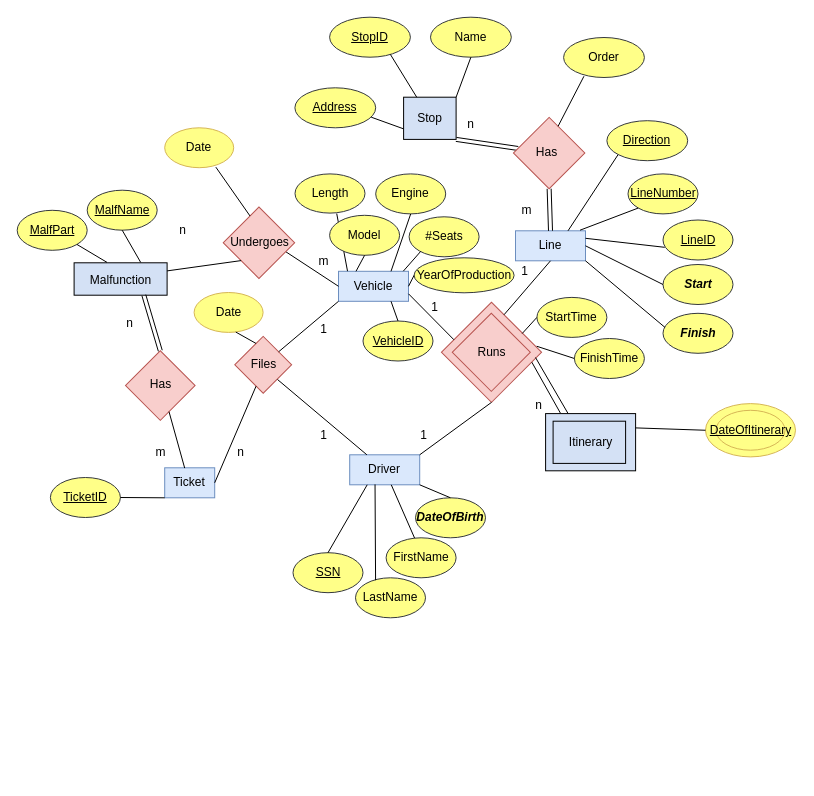
Before: Untitled Diagram.drawio in kotsos2000/kotsos2000, a draw.io diagram. Source tidied: cells renumbered, new cells numbered last; positions are measured from the earlier drawing's top-left corner, leaving out a move shared by most shapes. Both pictures are drawn from the tidied source at 100%, with x=0, y=0 at pixel (17, 17).
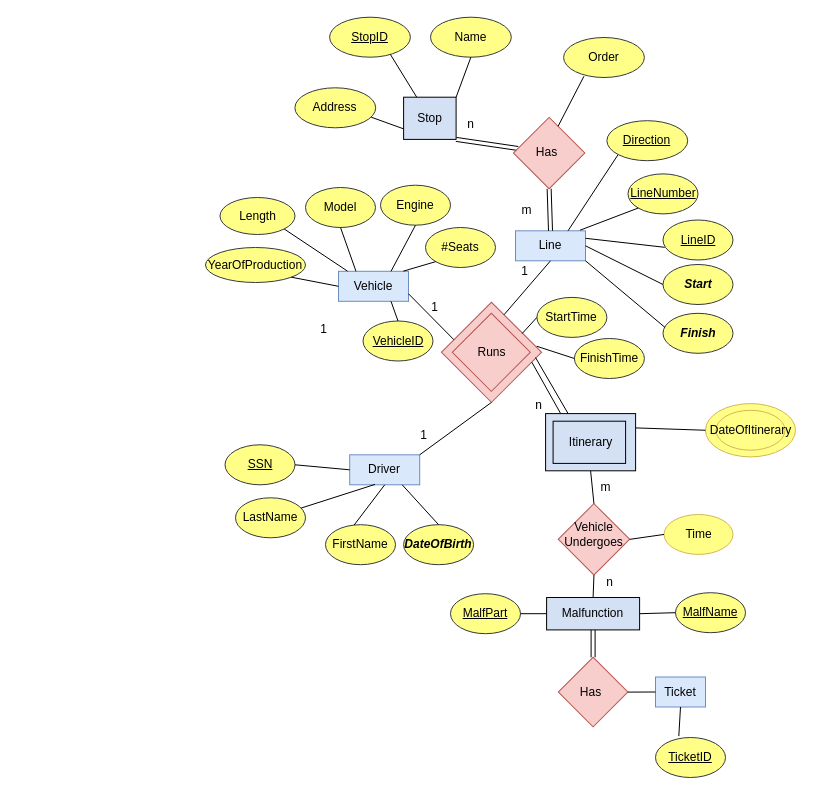
The same diagram, later.

The change refers to these unchanged cells:
```xml
<mxCell id="4" style="rounded=0;whiteSpace=wrap;html=1;fillColor=#D4E1F5;" parent="1" vertex="1">
  <mxGeometry x="528.1" y="396.1" width="90" height="57.2" as="geometry" />
</mxCell>
<mxCell id="5" value="&lt;div&gt;Vehicle&lt;/div&gt;" style="rounded=0;whiteSpace=wrap;html=1;fillColor=#dae8fc;strokeColor=#6c8ebf;" parent="1" vertex="1">
  <mxGeometry x="321" y="253.8" width="70" height="30" as="geometry" />
</mxCell>
<mxCell id="6" value="&lt;div&gt;Driver&lt;/div&gt;" style="rounded=0;whiteSpace=wrap;html=1;fillColor=#dae8fc;strokeColor=#6c8ebf;" parent="1" vertex="1">
  <mxGeometry x="332.2" y="437.3" width="70" height="30" as="geometry" />
</mxCell>
```

What changed in the source:
```diff
@@
-    <mxCell id="3" style="whiteSpace=wrap;html=1;fillColor=#f8cecc;rotation=45;strokeColor=#b85450;" parent="1" vertex="1">
-      <mxGeometry x="225.6" y="327.2" width="40.2" height="40.2" as="geometry" />
-    </mxCell>
@@
     <mxCell id="8" value="&lt;div&gt;Ticket&lt;/div&gt;" style="rounded=0;whiteSpace=wrap;html=1;fillColor=#dae8fc;strokeColor=#6c8ebf;" parent="1" vertex="1">
-      <mxGeometry x="147.2" y="450.3" width="50" height="30" as="geometry" />
+      <mxGeometry x="638" y="659.5" width="50" height="30" as="geometry" />
     </mxCell>
@@
-    <mxCell id="10" style="endArrow=none;html=1;rounded=0;exitX=0;exitY=0.5;exitDx=0;exitDy=0;entryX=1;entryY=0.25;entryDx=0;entryDy=0;" parent="1" edge="1" source="5" target="30">
-      <mxGeometry relative="1" as="geometry" />
-    </mxCell>
-    <mxCell id="11" value="m" style="text;html=1;align=center;verticalAlign=middle;strokeColor=none;fillColor=none;" parent="1" vertex="1">
-      <mxGeometry x="291" y="229.3" width="30" height="30" as="geometry" />
-    </mxCell>
-    <mxCell id="12" value="n" style="text;html=1;align=center;verticalAlign=middle;strokeColor=none;fillColor=none;" parent="1" vertex="1">
-      <mxGeometry x="149.6" y="197.8" width="30" height="30" as="geometry" />
-    </mxCell>
@@
-    <mxCell id="15" style="endArrow=none;html=1;rounded=0;exitX=0.784;exitY=0.987;exitDx=0;exitDy=0;exitPerimeter=0;" parent="1" edge="1" source="19" target="6">
-      <mxGeometry relative="1" as="geometry" />
-    </mxCell>
-    <mxCell id="16" style="endArrow=none;html=1;rounded=0;exitX=1;exitY=0.5;exitDx=0;exitDy=0;entryX=0.75;entryY=1;entryDx=0;entryDy=0;" parent="1" edge="1" source="8" target="3">
-      <mxGeometry relative="1" as="geometry" />
-    </mxCell>
-    <mxCell id="17" value="1" style="text;html=1;align=center;verticalAlign=middle;strokeColor=none;fillColor=none;" parent="1" vertex="1">
-      <mxGeometry x="291" y="403.3" width="30" height="30" as="geometry" />
-    </mxCell>
-    <mxCell id="18" value="n" style="text;html=1;align=center;verticalAlign=middle;strokeColor=none;fillColor=none;" parent="1" vertex="1">
-      <mxGeometry x="207.5" y="420.3" width="30" height="30" as="geometry" />
-    </mxCell>
-    <mxCell id="19" value="Files" style="text;html=1;align=center;verticalAlign=middle;points=[];strokeColor=none;fillColor=none;" parent="1" vertex="1">
-      <mxGeometry x="220.8" y="332.4" width="50" height="30" as="geometry" />
-    </mxCell>
@@
-    <mxCell id="22" style="rounded=0;whiteSpace=wrap;html=1;fillColor=#D4E1F5;" parent="1" vertex="1">
-      <mxGeometry x="56.6" y="245.3" width="93" height="32.4" as="geometry" />
+    <mxCell id="22" value="Malfunction" style="rounded=0;whiteSpace=wrap;html=1;fillColor=#D4E1F5;" parent="1" vertex="1">
+      <mxGeometry x="529.1" y="580" width="93" height="32.4" as="geometry" />
     </mxCell>
-    <mxCell id="23" value="Malfunction" style="text;html=1;align=center;verticalAlign=middle;points=[];strokeColor=none;fillColor=none;" parent="1" vertex="1">
-      <mxGeometry x="63.1" y="247.8" width="80" height="30" as="geometry" />
-    </mxCell>
@@
     <mxCell id="30" style="whiteSpace=wrap;html=1;fillColor=#f8cecc;rotation=45;strokeColor=#b85450;" parent="1" vertex="1">
-      <mxGeometry x="216.2" y="200" width="50.5" height="50.5" as="geometry" />
+      <mxGeometry x="551.2" y="496.6" width="50.5" height="50.5" as="geometry" />
     </mxCell>
-    <mxCell id="31" value="Undergoes" style="text;html=1;align=center;verticalAlign=middle;strokeColor=none;fillColor=none;" parent="1" vertex="1">
-      <mxGeometry x="201.5" y="210.3" width="80" height="30" as="geometry" />
+    <mxCell id="31" value="Vehicle&lt;br&gt;Undergoes" style="text;html=1;align=center;verticalAlign=middle;strokeColor=none;fillColor=none;" parent="1" vertex="1">
+      <mxGeometry x="535.6" y="497" width="80" height="40" as="geometry" />
     </mxCell>
     <mxCell id="32" style="whiteSpace=wrap;html=1;fillColor=#f8cecc;rotation=45;strokeColor=#b85450;" parent="1" vertex="1">
-      <mxGeometry x="118.2" y="343.5" width="49.2" height="49.2" as="geometry" />
+      <mxGeometry x="551" y="650" width="49.2" height="49.2" as="geometry" />
     </mxCell>
     <mxCell id="33" value="Has" style="text;html=1;align=center;verticalAlign=middle;strokeColor=none;fillColor=none;" parent="1" vertex="1">
-      <mxGeometry x="122.9" y="351.7" width="40" height="30" as="geometry" />
+      <mxGeometry x="553.1" y="659.5" width="40" height="30" as="geometry" />
     </mxCell>
-    <mxCell id="34" style="endArrow=none;html=1;rounded=0;exitX=1;exitY=0.75;exitDx=0;exitDy=0;" parent="1" edge="1" source="32">
-      <mxGeometry relative="1" as="geometry">
-        <mxPoint x="167.2" y="450.6" as="targetPoint" />
-      </mxGeometry>
+    <mxCell id="34" style="endArrow=none;html=1;rounded=0;exitX=1;exitY=0;exitDx=0;exitDy=0;entryX=0;entryY=0.5;entryDx=0;entryDy=0;" parent="1" edge="1" source="32" target="8">
+      <mxGeometry relative="1" as="geometry" />
     </mxCell>
-    <mxCell id="35" value="n" style="text;html=1;align=center;verticalAlign=middle;strokeColor=none;fillColor=none;" parent="1" vertex="1">
-      <mxGeometry x="97.2" y="291" width="30" height="30" as="geometry" />
-    </mxCell>
     <mxCell id="36" value="&lt;u&gt;MalfPart&lt;/u&gt;" style="ellipse;whiteSpace=wrap;html=1;fillColor=#ffff88;strokeColor=#36393d;" parent="1" vertex="1">
-      <mxGeometry x="-0.3" y="192.8" width="70" height="40" as="geometry" />
+      <mxGeometry x="433" y="576.2" width="70" height="40" as="geometry" />
     </mxCell>
-    <mxCell id="37" style="endArrow=none;html=1;rounded=0;exitX=1;exitY=1;exitDx=0;exitDy=0;entryX=0.33;entryY=-0.098;entryDx=0;entryDy=0;entryPerimeter=0;" parent="1" edge="1" source="36" target="23">
+    <mxCell id="37" style="endArrow=none;html=1;rounded=0;exitX=1;exitY=0.5;exitDx=0;exitDy=0;entryX=0;entryY=0.5;entryDx=0;entryDy=0;" parent="1" edge="1" source="36" target="22">
       <mxGeometry relative="1" as="geometry" />
     </mxCell>
     <mxCell id="38" value="&lt;u&gt;MalfName&lt;/u&gt;" style="ellipse;whiteSpace=wrap;html=1;fillColor=#ffff88;strokeColor=#36393d;" parent="1" vertex="1">
-      <mxGeometry x="69.7" y="172.7" width="70" height="40" as="geometry" />
+      <mxGeometry x="658" y="575.2" width="70" height="40" as="geometry" />
     </mxCell>
-    <mxCell id="39" style="endArrow=none;html=1;rounded=0;entryX=0.751;entryY=-0.098;entryDx=0;entryDy=0;exitX=0.5;exitY=1;exitDx=0;exitDy=0;entryPerimeter=0;" parent="1" edge="1" source="38" target="23">
+    <mxCell id="39" style="endArrow=none;html=1;rounded=0;entryX=1;entryY=0.5;entryDx=0;entryDy=0;exitX=0;exitY=0.5;exitDx=0;exitDy=0;" parent="1" edge="1" source="38" target="22">
       <mxGeometry relative="1" as="geometry" />
     </mxCell>
     <mxCell id="40" value="&lt;u&gt;SSN&lt;/u&gt;" style="ellipse;whiteSpace=wrap;html=1;fillColor=#ffff88;strokeColor=#36393d;" parent="1" vertex="1">
-      <mxGeometry x="275.5" y="535.2" width="70" height="40" as="geometry" />
+      <mxGeometry x="207.5" y="427.3" width="70" height="40" as="geometry" />
     </mxCell>
-    <mxCell id="41" style="endArrow=none;html=1;rounded=0;entryX=0.25;entryY=1;entryDx=0;entryDy=0;exitX=0.5;exitY=0;exitDx=0;exitDy=0;" parent="1" edge="1" source="40" target="6">
+    <mxCell id="41" style="endArrow=none;html=1;rounded=0;entryX=0;entryY=0.5;entryDx=0;entryDy=0;exitX=1;exitY=0.5;exitDx=0;exitDy=0;" parent="1" edge="1" source="40" target="6">
       <mxGeometry relative="1" as="geometry" />
     </mxCell>
     <mxCell id="42" value="FirstName" style="ellipse;whiteSpace=wrap;html=1;fillColor=#ffff88;strokeColor=#36393d;" parent="1" vertex="1">
-      <mxGeometry x="368.6" y="520.3" width="70" height="40" as="geometry" />
+      <mxGeometry x="308" y="507.2" width="70" height="40" as="geometry" />
     </mxCell>
-    <mxCell id="43" style="endArrow=none;html=1;rounded=0;exitX=0.408;exitY=0.011;exitDx=0;exitDy=0;exitPerimeter=0;" parent="1" edge="1" source="42" target="6">
+    <mxCell id="43" style="endArrow=none;html=1;rounded=0;exitX=0.408;exitY=0.011;exitDx=0;exitDy=0;exitPerimeter=0;entryX=0.5;entryY=1;entryDx=0;entryDy=0;" parent="1" edge="1" source="42" target="6">
       <mxGeometry relative="1" as="geometry" />
     </mxCell>
     <mxCell id="44" value="LastName" style="ellipse;whiteSpace=wrap;html=1;fillColor=#ffff88;strokeColor=#36393d;" parent="1" vertex="1">
-      <mxGeometry x="338" y="560.3" width="70" height="40" as="geometry" />
+      <mxGeometry x="218" y="480.3" width="70" height="40" as="geometry" />
     </mxCell>
-    <mxCell id="45" style="endArrow=none;html=1;rounded=0;entryX=0.362;entryY=0.987;entryDx=0;entryDy=0;entryPerimeter=0;exitX=0.287;exitY=0.059;exitDx=0;exitDy=0;exitPerimeter=0;" parent="1" edge="1" source="44" target="6">
+    <mxCell id="45" style="endArrow=none;html=1;rounded=0;entryX=0.362;entryY=0.987;entryDx=0;entryDy=0;entryPerimeter=0;" parent="1" edge="1" source="44" target="6">
       <mxGeometry relative="1" as="geometry" />
     </mxCell>
     <mxCell id="46" value="&lt;b&gt;&lt;i&gt;DateOfBirth&lt;/i&gt;&lt;/b&gt;" style="ellipse;whiteSpace=wrap;html=1;fillColor=#ffff88;strokeColor=#36393d;" parent="1" vertex="1">
-      <mxGeometry x="398" y="480.3" width="70" height="40" as="geometry" />
+      <mxGeometry x="386.1" y="507.2" width="70" height="40" as="geometry" />
     </mxCell>
-    <mxCell id="47" style="endArrow=none;html=1;rounded=0;entryX=1;entryY=1;entryDx=0;entryDy=0;exitX=0.5;exitY=0;exitDx=0;exitDy=0;" parent="1" edge="1" source="46" target="6">
+    <mxCell id="47" style="endArrow=none;html=1;rounded=0;entryX=0.75;entryY=1;entryDx=0;entryDy=0;exitX=0.5;exitY=0;exitDx=0;exitDy=0;" parent="1" edge="1" source="46" target="6">
       <mxGeometry relative="1" as="geometry" />
     </mxCell>
@@
     <mxCell id="50" value="Engine" style="ellipse;whiteSpace=wrap;html=1;fillColor=#ffff88;strokeColor=#36393d;" parent="1" vertex="1">
-      <mxGeometry x="358.2" y="156.4" width="70" height="40" as="geometry" />
+      <mxGeometry x="363" y="167.7" width="70" height="40" as="geometry" />
     </mxCell>
@@
     <mxCell id="52" value="YearOfProduction" style="ellipse;whiteSpace=wrap;html=1;fillColor=#ffff88;strokeColor=#36393d;" parent="1" vertex="1">
-      <mxGeometry x="396.6" y="240.3" width="100" height="35" as="geometry" />
+      <mxGeometry x="188" y="230" width="100" height="35" as="geometry" />
     </mxCell>
-    <mxCell id="53" style="endArrow=none;html=1;rounded=0;exitX=0;exitY=0.5;exitDx=0;exitDy=0;entryX=1;entryY=0.5;entryDx=0;entryDy=0;" parent="1" edge="1" source="52" target="5">
+    <mxCell id="53" style="endArrow=none;html=1;rounded=0;entryX=0;entryY=0.5;entryDx=0;entryDy=0;exitX=1;exitY=1;exitDx=0;exitDy=0;" parent="1" edge="1" source="52" target="5">
       <mxGeometry relative="1" as="geometry" />
     </mxCell>
     <mxCell id="54" value="Length" style="ellipse;whiteSpace=wrap;html=1;fillColor=#ffff88;strokeColor=#36393d;" parent="1" vertex="1">
-      <mxGeometry x="277.5" y="156.4" width="70" height="39.2" as="geometry" />
+      <mxGeometry x="202.5" y="180" width="75" height="37" as="geometry" />
     </mxCell>
-    <mxCell id="55" style="endArrow=none;html=1;rounded=0;entryX=0.129;entryY=-0.005;entryDx=0;entryDy=0;exitX=0.596;exitY=1.013;exitDx=0;exitDy=0;exitPerimeter=0;entryPerimeter=0;" parent="1" edge="1" source="54" target="5">
+    <mxCell id="55" style="endArrow=none;html=1;rounded=0;entryX=0.129;entryY=-0.005;entryDx=0;entryDy=0;exitX=1;exitY=1;exitDx=0;exitDy=0;entryPerimeter=0;" parent="1" edge="1" source="54" target="5">
       <mxGeometry relative="1" as="geometry" />
     </mxCell>
     <mxCell id="56" value="#Seats" style="ellipse;whiteSpace=wrap;html=1;fillColor=#ffff88;strokeColor=#36393d;" parent="1" vertex="1">
-      <mxGeometry x="391.6" y="199.3" width="70" height="40" as="geometry" />
+      <mxGeometry x="408" y="210" width="70" height="40" as="geometry" />
     </mxCell>
-    <mxCell id="57" style="endArrow=none;html=1;rounded=0;exitX=0.109;exitY=0.986;exitDx=0;exitDy=0;exitPerimeter=0;entryX=0.926;entryY=-0.005;entryDx=0;entryDy=0;entryPerimeter=0;" parent="1" edge="1" target="5">
-      <mxGeometry relative="1" as="geometry">
-        <mxPoint x="403.2" y="233.9" as="sourcePoint" />
-      </mxGeometry>
+    <mxCell id="57" style="endArrow=none;html=1;rounded=0;exitX=0;exitY=1;exitDx=0;exitDy=0;entryX=0.926;entryY=-0.005;entryDx=0;entryDy=0;entryPerimeter=0;" parent="1" edge="1" source="56" target="5">
+      <mxGeometry relative="1" as="geometry" />
     </mxCell>
     <mxCell id="58" value="Model" style="ellipse;whiteSpace=wrap;html=1;fillColor=#ffff88;strokeColor=#36393d;" parent="1" vertex="1">
-      <mxGeometry x="312.1" y="197.8" width="70" height="40" as="geometry" />
+      <mxGeometry x="288" y="170" width="70" height="40" as="geometry" />
     </mxCell>
@@
-    <mxCell id="66" value="&lt;u&gt;Address&lt;/u&gt;" style="ellipse;whiteSpace=wrap;html=1;fillColor=#ffff88;strokeColor=#36393d;" parent="1" vertex="1">
+    <mxCell id="66" value="Address" style="ellipse;whiteSpace=wrap;html=1;fillColor=#ffff88;strokeColor=#36393d;" parent="1" vertex="1">
       <mxGeometry x="277.4" y="70.3" width="80.8" height="40" as="geometry" />
     </mxCell>
@@
-    <mxCell id="78" value="&lt;u&gt;DateOfItinerary&lt;/u&gt;" style="ellipse;whiteSpace=wrap;html=1;fillColor=#FFFF88;strokeColor=#d6b656;" parent="1" vertex="1">
+    <mxCell id="78" value="DateOfItinerary" style="ellipse;whiteSpace=wrap;html=1;fillColor=#FFFF88;strokeColor=#d6b656;" parent="1" vertex="1">
       <mxGeometry x="698.5" y="392.8" width="69" height="39.9" as="geometry" />
     </mxCell>
@@
-    <mxCell id="84" style="endArrow=none;html=1;rounded=0;exitX=0;exitY=1;exitDx=0;exitDy=0;" parent="1" edge="1" source="5" target="3">
-      <mxGeometry relative="1" as="geometry" />
-    </mxCell>
@@
     <mxCell id="86" value="&lt;u&gt;TicketID&lt;/u&gt;" style="ellipse;whiteSpace=wrap;html=1;fillColor=#ffff88;strokeColor=#36393d;" parent="1" vertex="1">
-      <mxGeometry x="32.9" y="460" width="70" height="40" as="geometry" />
+      <mxGeometry x="638" y="720" width="70" height="40" as="geometry" />
     </mxCell>
-    <mxCell id="87" style="endArrow=none;html=1;rounded=0;exitX=1;exitY=0.5;exitDx=0;exitDy=0;entryX=0;entryY=1;entryDx=0;entryDy=0;" parent="1" edge="1" source="86" target="8">
+    <mxCell id="87" style="endArrow=none;html=1;rounded=0;exitX=0.333;exitY=-0.034;exitDx=0;exitDy=0;entryX=0.5;entryY=1;entryDx=0;entryDy=0;exitPerimeter=0;" parent="1" edge="1" source="86" target="8">
       <mxGeometry relative="1" as="geometry" />
     </mxCell>
-    <mxCell id="88" value="Date" style="ellipse;whiteSpace=wrap;html=1;fillColor=#FFFF88;strokeColor=#d6b656;" parent="1" vertex="1">
-      <mxGeometry x="147.2" y="110.3" width="69" height="39.9" as="geometry" />
+    <mxCell id="88" value="Time" style="ellipse;whiteSpace=wrap;html=1;fillColor=#FFFF88;strokeColor=#d6b656;" parent="1" vertex="1">
+      <mxGeometry x="646.5" y="497" width="69" height="39.9" as="geometry" />
     </mxCell>
-    <mxCell id="89" style="endArrow=none;html=1;rounded=0;entryX=0;entryY=0.25;entryDx=0;entryDy=0;exitX=0.741;exitY=0.986;exitDx=0;exitDy=0;exitPerimeter=0;" parent="1" edge="1" source="88" target="30">
+    <mxCell id="89" style="endArrow=none;html=1;rounded=0;entryX=1;entryY=0;entryDx=0;entryDy=0;exitX=0;exitY=0.5;exitDx=0;exitDy=0;" parent="1" edge="1" source="88" target="30">
       <mxGeometry relative="1" as="geometry" />
     </mxCell>
@@
-    <mxCell id="96" value="Date" style="ellipse;whiteSpace=wrap;html=1;fillColor=#FFFF88;strokeColor=#d6b656;" parent="1" vertex="1">
-      <mxGeometry x="176.6" y="275" width="69" height="39.9" as="geometry" />
-    </mxCell>
-    <mxCell id="97" style="endArrow=none;html=1;rounded=0;exitX=0.604;exitY=0.991;exitDx=0;exitDy=0;entryX=0;entryY=0.25;entryDx=0;entryDy=0;exitPerimeter=0;" parent="1" edge="1" source="96" target="3">
-      <mxGeometry relative="1" as="geometry" />
-    </mxCell>
-    <mxCell id="98" value="m" style="text;html=1;align=center;verticalAlign=middle;strokeColor=none;fillColor=none;" parent="1" vertex="1">
-      <mxGeometry x="127.9" y="420.3" width="30" height="30" as="geometry" />
-    </mxCell>
-    <mxCell id="99" style="shape=link;html=1;rounded=0;exitX=0.75;exitY=1;exitDx=0;exitDy=0;entryX=0;entryY=0;entryDx=0;entryDy=0;" parent="1" edge="1" source="22" target="32">
+    <mxCell id="99" style="shape=link;html=1;rounded=0;exitX=0.5;exitY=1;exitDx=0;exitDy=0;entryX=0;entryY=0;entryDx=0;entryDy=0;" parent="1" edge="1" source="22" target="32">
       <mxGeometry relative="1" as="geometry" />
     </mxCell>
@@
-    <mxCell id="103" style="endArrow=none;html=1;rounded=0;exitX=1;exitY=0.25;exitDx=0;exitDy=0;entryX=0.5;entryY=1;entryDx=0;entryDy=0;" parent="1" edge="1" source="22" target="30">
+    <mxCell id="103" style="endArrow=none;html=1;rounded=0;exitX=0.5;exitY=0;exitDx=0;exitDy=0;entryX=1;entryY=1;entryDx=0;entryDy=0;" parent="1" edge="1" source="22" target="30">
       <mxGeometry relative="1" as="geometry" />
     </mxCell>
@@
+    <mxCell id="105" style="endArrow=none;html=1;rounded=0;entryX=0.5;entryY=1;entryDx=0;entryDy=0;exitX=0;exitY=0;exitDx=0;exitDy=0;" parent="1" edge="1" source="30" target="4">
+      <mxGeometry relative="1" as="geometry" />
+    </mxCell>
+    <mxCell id="106" value="m" style="text;html=1;align=center;verticalAlign=middle;strokeColor=none;fillColor=none;" parent="1" vertex="1">
+      <mxGeometry x="573" y="455" width="30" height="30" as="geometry" />
+    </mxCell>
+    <mxCell id="107" value="n" style="text;html=1;align=center;verticalAlign=middle;strokeColor=none;fillColor=none;" parent="1" vertex="1">
+      <mxGeometry x="576.9" y="550" width="30" height="30" as="geometry" />
+    </mxCell>
```
